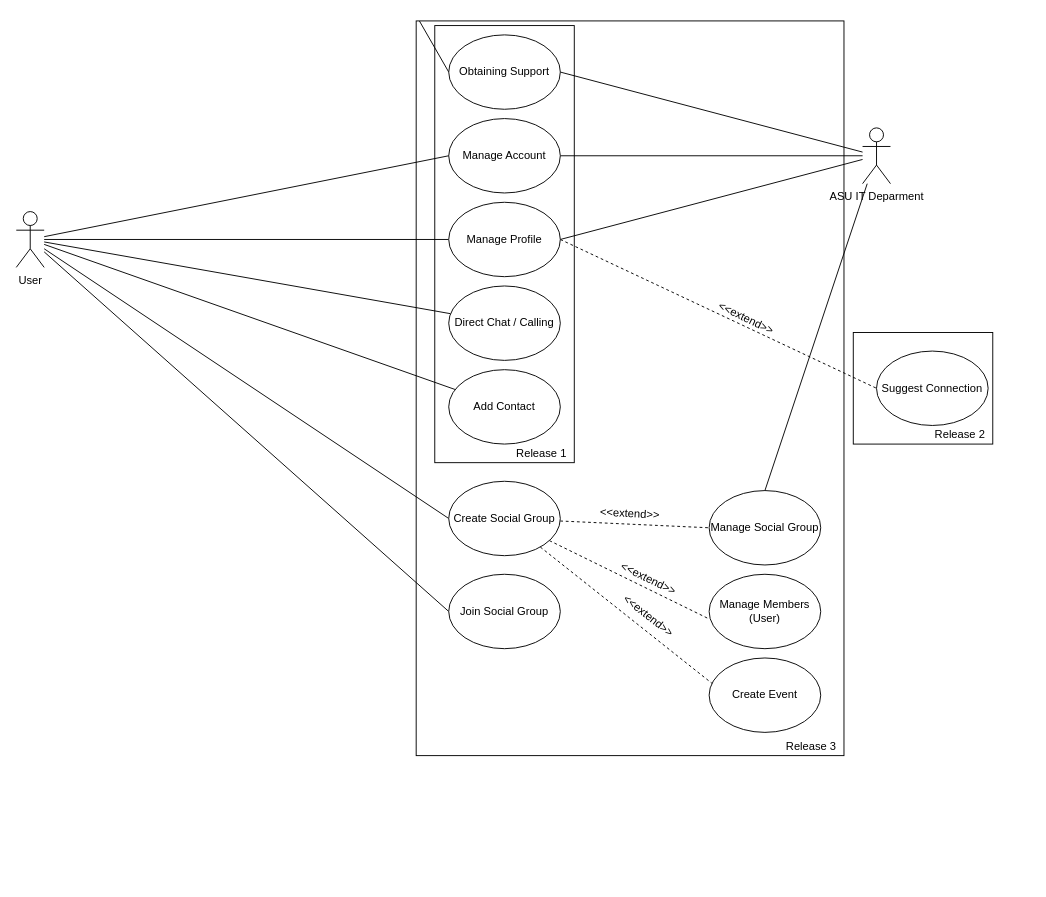
Above: Untitled Diagram.drawio in TimeBandit2k/SixFeetPlease (draw.io), before the change. Source tidied: cells renumbered, new cells numbered last; positions are measured from the earlier drawing's top-left corner, leaving out a move shared by most shapes. Both pictures are drawn from the tidied source at 93%, with x=0, y=0 at pixel (16, 20).
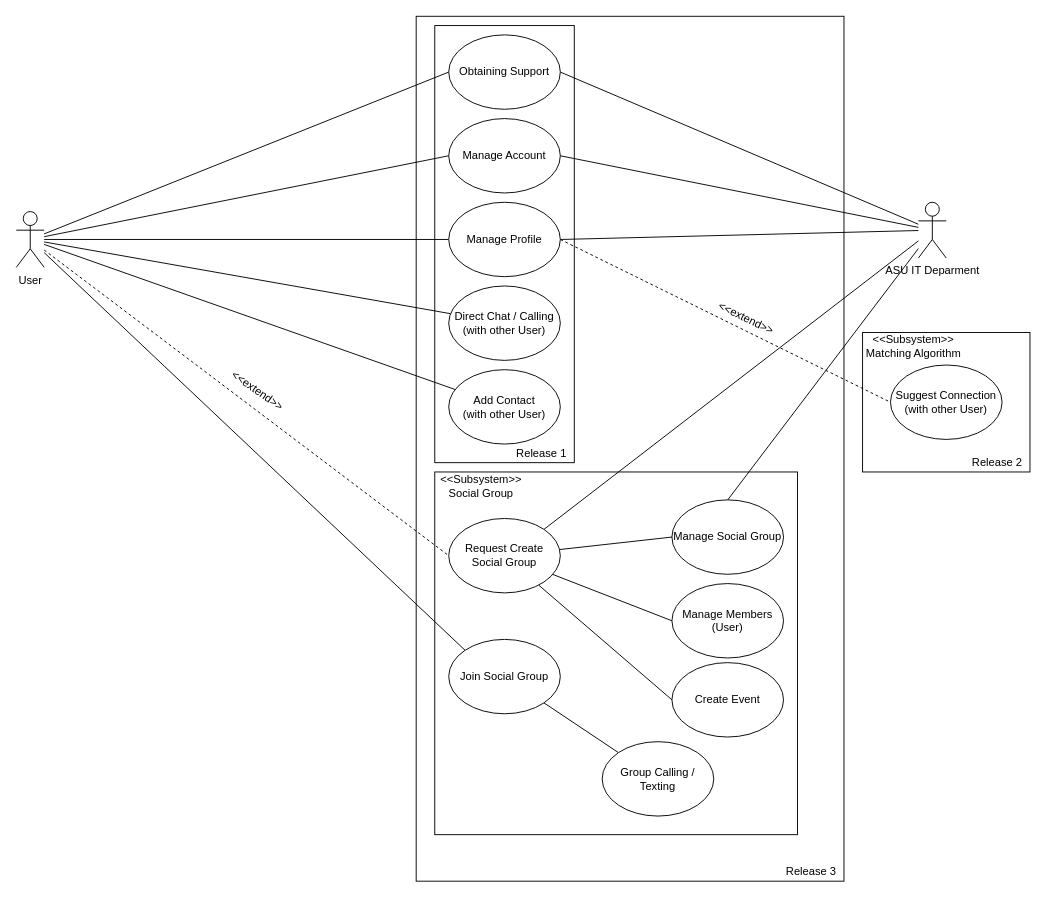
Above is the later version.

Commit message:
Update Social Platform Diagram.drawio

Unchanged cells that the change refers to:
```xml
<mxCell id="9" value="User" style="shape=umlActor;verticalLabelPosition=bottom;verticalAlign=top;html=1;outlineConnect=0;" parent="1" vertex="1">
  <mxGeometry y="205" width="30" height="60" as="geometry" />
</mxCell>
<mxCell id="18" value="Obtaining Support" style="ellipse;whiteSpace=wrap;html=1;" parent="1" vertex="1">
  <mxGeometry x="465" y="15" width="120" height="80" as="geometry" />
</mxCell>
```

The edit, as a diff of the source:
```diff
@@
     <mxCell id="2" style="whiteSpace=wrap;html=1;" parent="1" vertex="1">
-      <mxGeometry x="430" width="460" height="790" as="geometry" />
+      <mxGeometry x="430" y="-5" width="460" height="930" as="geometry" />
     </mxCell>
+    <mxCell id="40" style="whiteSpace=wrap;html=1;" parent="1" vertex="1">
+      <mxGeometry x="450" y="485" width="390" height="390" as="geometry" />
+    </mxCell>
     <mxCell id="3" style="rounded=0;whiteSpace=wrap;html=1;" parent="1" vertex="1">
-      <mxGeometry x="900" y="335" width="150" height="120" as="geometry" />
+      <mxGeometry x="910" y="335" width="180" height="150" as="geometry" />
     </mxCell>
@@
-    <mxCell id="6" style="edgeStyle=none;rounded=0;jettySize=auto;html=1;entryX=0;entryY=0.5;entryDx=0;entryDy=0;endArrow=none;endFill=0;" parent="1" edge="1" source="2" target="18">
-      <mxGeometry relative="1" as="geometry" />
-    </mxCell>
-    <mxCell id="7" style="edgeStyle=none;rounded=0;jettySize=auto;html=1;entryX=0;entryY=0.5;entryDx=0;entryDy=0;endArrow=none;endFill=0;" parent="1" edge="1" source="9" target="31">
-      <mxGeometry relative="1" as="geometry" />
-    </mxCell>
-    <mxCell id="8" style="edgeStyle=none;rounded=0;jettySize=auto;html=1;entryX=0;entryY=0.5;entryDx=0;entryDy=0;endArrow=none;endFill=0;" parent="1" edge="1" source="9" target="32">
+    <mxCell id="8" style="edgeStyle=none;rounded=0;jettySize=auto;html=1;entryX=0;entryY=0;entryDx=0;entryDy=0;endArrow=none;endFill=0;" parent="1" edge="1" source="9" target="32">
       <mxGeometry relative="1" as="geometry" />
     </mxCell>
+    <mxCell id="41" style="edgeStyle=none;rounded=0;jettySize=auto;html=1;entryX=0;entryY=0.5;entryDx=0;entryDy=0;endArrow=none;endFill=0;" parent="1" edge="1" source="9" target="18">
+      <mxGeometry relative="1" as="geometry" />
+    </mxCell>
+    <mxCell id="42" style="edgeStyle=none;rounded=0;jettySize=auto;html=1;entryX=0;entryY=0.5;entryDx=0;entryDy=0;endArrow=none;endFill=0;dashed=1;" parent="1" edge="1" source="9" target="48">
+      <mxGeometry relative="1" as="geometry" />
+    </mxCell>
@@
+    <mxCell id="43" style="edgeStyle=none;rounded=0;jettySize=auto;html=1;entryX=1;entryY=0;entryDx=0;entryDy=0;endArrow=none;endFill=0;" parent="1" edge="1" source="14" target="48">
+      <mxGeometry relative="1" as="geometry" />
+    </mxCell>
     <mxCell id="14" value="ASU IT Deparment" style="shape=umlActor;verticalLabelPosition=bottom;verticalAlign=top;html=1;outlineConnect=0;" parent="1" vertex="1">
-      <mxGeometry x="910" y="115" width="30" height="60" as="geometry" />
+      <mxGeometry x="970" y="195" width="30" height="60" as="geometry" />
     </mxCell>
@@
-    <mxCell id="20" value="Direct Chat / Calling" style="ellipse;whiteSpace=wrap;html=1;" parent="1" vertex="1">
+    <mxCell id="20" value="Direct Chat / Calling&lt;br&gt;(with other User)" style="ellipse;whiteSpace=wrap;html=1;" parent="1" vertex="1">
       <mxGeometry x="465" y="285" width="120" height="80" as="geometry" />
     </mxCell>
-    <mxCell id="21" value="Suggest Connection" style="ellipse;whiteSpace=wrap;html=1;" parent="1" vertex="1">
-      <mxGeometry x="925" y="355" width="120" height="80" as="geometry" />
+    <mxCell id="21" value="Suggest Connection (with other User)" style="ellipse;whiteSpace=wrap;html=1;" parent="1" vertex="1">
+      <mxGeometry x="940" y="370" width="120" height="80" as="geometry" />
     </mxCell>
@@
-    <mxCell id="24" value="Add Contact" style="ellipse;whiteSpace=wrap;html=1;" parent="1" vertex="1">
+    <mxCell id="24" value="Add Contact&lt;br&gt;(with other User)" style="ellipse;whiteSpace=wrap;html=1;" parent="1" vertex="1">
       <mxGeometry x="465" y="375" width="120" height="80" as="geometry" />
     </mxCell>
@@
     <mxCell id="27" value="Release 2" style="text;html=1;strokeColor=none;fillColor=none;align=center;verticalAlign=middle;whiteSpace=wrap;rounded=0;" parent="1" vertex="1">
-      <mxGeometry x="980" y="435" width="70" height="20" as="geometry" />
+      <mxGeometry x="1020" y="465" width="70" height="20" as="geometry" />
     </mxCell>
-    <mxCell id="28" style="edgeStyle=none;rounded=0;jettySize=auto;html=1;entryX=-0.017;entryY=0.588;entryDx=0;entryDy=0;entryPerimeter=0;endArrow=none;endFill=0;dashed=1;" parent="1" edge="1" source="31" target="34">
-      <mxGeometry relative="1" as="geometry" />
-    </mxCell>
-    <mxCell id="29" style="edgeStyle=none;rounded=0;jettySize=auto;html=1;entryX=0;entryY=0.5;entryDx=0;entryDy=0;endArrow=none;endFill=0;dashed=1;" parent="1" edge="1" source="31" target="33">
-      <mxGeometry relative="1" as="geometry" />
-    </mxCell>
-    <mxCell id="30" style="edgeStyle=none;rounded=0;jettySize=auto;html=1;entryX=0.033;entryY=0.35;entryDx=0;entryDy=0;entryPerimeter=0;dashed=1;endArrow=none;endFill=0;" parent="1" edge="1" source="31" target="37">
-      <mxGeometry relative="1" as="geometry" />
-    </mxCell>
-    <mxCell id="31" value="Create Social Group" style="ellipse;whiteSpace=wrap;html=1;" parent="1" vertex="1">
-      <mxGeometry x="465" y="495" width="120" height="80" as="geometry" />
-    </mxCell>
+    <mxCell id="44" style="edgeStyle=none;rounded=0;jettySize=auto;html=1;endArrow=none;endFill=0;exitX=1;exitY=1;exitDx=0;exitDy=0;" parent="1" edge="1" source="32" target="50">
+      <mxGeometry relative="1" as="geometry" />
+    </mxCell>
     <mxCell id="32" value="Join Social Group" style="ellipse;whiteSpace=wrap;html=1;" parent="1" vertex="1">
-      <mxGeometry x="465" y="595" width="120" height="80" as="geometry" />
+      <mxGeometry x="465" y="665" width="120" height="80" as="geometry" />
     </mxCell>
     <mxCell id="33" value="Manage Social Group" style="ellipse;whiteSpace=wrap;html=1;" parent="1" vertex="1">
-      <mxGeometry x="745" y="505" width="120" height="80" as="geometry" />
+      <mxGeometry x="705" y="515" width="120" height="80" as="geometry" />
     </mxCell>
     <mxCell id="34" value="Manage Members (User)" style="ellipse;whiteSpace=wrap;html=1;" parent="1" vertex="1">
-      <mxGeometry x="745" y="595" width="120" height="80" as="geometry" />
+      <mxGeometry x="705" y="605" width="120" height="80" as="geometry" />
     </mxCell>
-    <mxCell id="35" value="&amp;lt;&amp;lt;extend&amp;gt;&amp;gt;" style="text;html=1;strokeColor=none;fillColor=none;align=center;verticalAlign=middle;whiteSpace=wrap;rounded=0;rotation=3;" parent="1" vertex="1">
-      <mxGeometry x="620" y="515" width="80" height="30" as="geometry" />
-    </mxCell>
-    <mxCell id="36" value="&amp;lt;&amp;lt;extend&amp;gt;&amp;gt;" style="text;html=1;strokeColor=none;fillColor=none;align=center;verticalAlign=middle;whiteSpace=wrap;rounded=0;rotation=26;" parent="1" vertex="1">
-      <mxGeometry x="640" y="585" width="80" height="30" as="geometry" />
-    </mxCell>
     <mxCell id="37" value="Create Event" style="ellipse;whiteSpace=wrap;html=1;" parent="1" vertex="1">
-      <mxGeometry x="745" y="685" width="120" height="80" as="geometry" />
+      <mxGeometry x="705" y="690" width="120" height="80" as="geometry" />
     </mxCell>
-    <mxCell id="38" value="&amp;lt;&amp;lt;extend&amp;gt;&amp;gt;" style="text;html=1;strokeColor=none;fillColor=none;align=center;verticalAlign=middle;whiteSpace=wrap;rounded=0;rotation=38;" parent="1" vertex="1">
-      <mxGeometry x="640" y="625" width="80" height="30" as="geometry" />
-    </mxCell>
     <mxCell id="39" value="Release 3" style="text;html=1;strokeColor=none;fillColor=none;align=center;verticalAlign=middle;whiteSpace=wrap;rounded=0;" parent="1" vertex="1">
-      <mxGeometry x="820" y="770" width="70" height="20" as="geometry" />
+      <mxGeometry x="820" y="905" width="70" height="20" as="geometry" />
     </mxCell>
+    <mxCell id="45" style="edgeStyle=none;rounded=0;jettySize=auto;html=1;entryX=0;entryY=0.5;entryDx=0;entryDy=0;endArrow=none;endFill=0;" parent="1" edge="1" source="48" target="33">
+      <mxGeometry relative="1" as="geometry" />
+    </mxCell>
+    <mxCell id="46" style="edgeStyle=none;rounded=0;jettySize=auto;html=1;entryX=0;entryY=0.5;entryDx=0;entryDy=0;endArrow=none;endFill=0;" parent="1" edge="1" source="48" target="34">
+      <mxGeometry relative="1" as="geometry" />
+    </mxCell>
+    <mxCell id="47" style="edgeStyle=none;rounded=0;jettySize=auto;html=1;entryX=0;entryY=0.5;entryDx=0;entryDy=0;endArrow=none;endFill=0;" parent="1" edge="1" source="48" target="37">
+      <mxGeometry relative="1" as="geometry" />
+    </mxCell>
+    <mxCell id="48" value="Request Create Social Group" style="ellipse;whiteSpace=wrap;html=1;" parent="1" vertex="1">
+      <mxGeometry x="465" y="535" width="120" height="80" as="geometry" />
+    </mxCell>
+    <mxCell id="49" value="&amp;lt;&amp;lt;extend&amp;gt;&amp;gt;" style="text;html=1;strokeColor=none;fillColor=none;align=center;verticalAlign=middle;whiteSpace=wrap;rounded=0;rotation=35;" parent="1" vertex="1">
+      <mxGeometry x="220" y="382.5" width="80" height="30" as="geometry" />
+    </mxCell>
+    <mxCell id="50" value="Group Calling / Texting" style="ellipse;whiteSpace=wrap;html=1;" parent="1" vertex="1">
+      <mxGeometry x="630" y="775" width="120" height="80" as="geometry" />
+    </mxCell>
+    <mxCell id="51" value="&amp;lt;&amp;lt;Subsystem&amp;gt;&amp;gt;&lt;br&gt;Social Group" style="text;html=1;strokeColor=none;fillColor=none;align=center;verticalAlign=middle;whiteSpace=wrap;rounded=0;" parent="1" vertex="1">
+      <mxGeometry x="450" y="485" width="100" height="30" as="geometry" />
+    </mxCell>
+    <mxCell id="52" value="&amp;lt;&amp;lt;Subsystem&amp;gt;&amp;gt;&lt;br&gt;Matching Algorithm" style="text;html=1;strokeColor=none;fillColor=none;align=center;verticalAlign=middle;whiteSpace=wrap;rounded=0;" parent="1" vertex="1">
+      <mxGeometry x="910" y="335" width="110" height="30" as="geometry" />
+    </mxCell>
```
